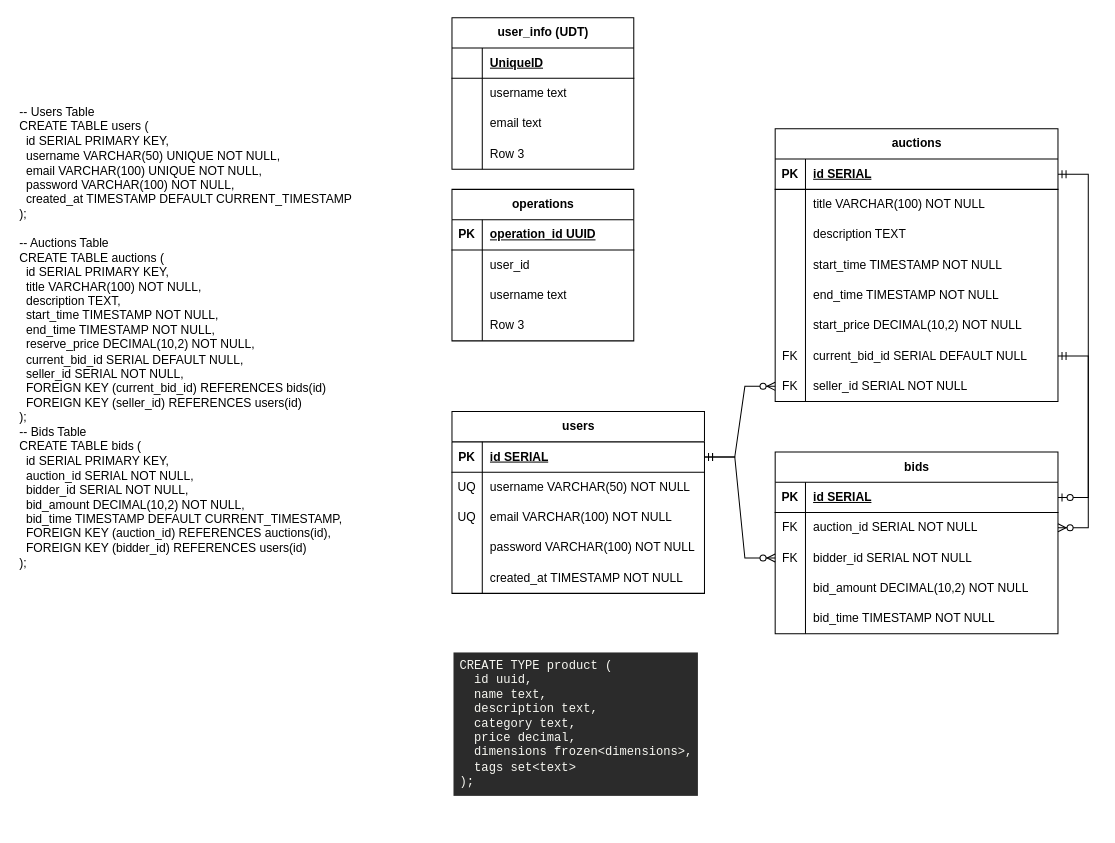
IlyaSubtilnyj/glowing-octo-fiesta keeps this draw.io diagram as Untitled Diagram.drawio. Above is the earlier version. Source tidied: cells renumbered, new cells numbered last; positions are measured from the earlier drawing's top-left corner, leaving out a move shared by most shapes. Both pictures are drawn from the tidied source at 101%, with x=0, y=0 at pixel (17, 17).
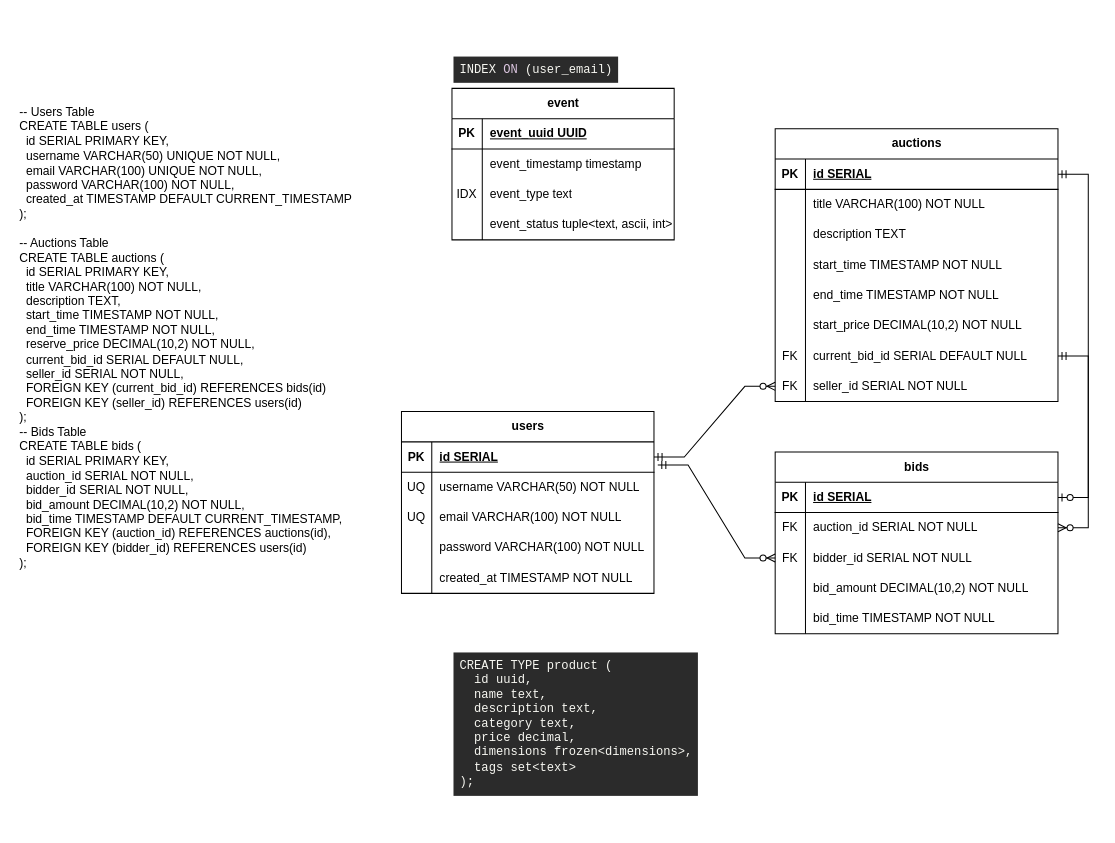
After the change.

The change refers to these unchanged cells:
```xml
<mxCell id="4" style="shape=tableRow;horizontal=0;startSize=0;swimlaneHead=0;swimlaneBody=0;fillColor=none;points=[[0,0.5],[1,0.5]];portConstraint=eastwest;top=0;left=0;right=0;bottom=1;" parent="3" vertex="1">
  <mxGeometry y="30" width="250" height="30" as="geometry" />
</mxCell>
<mxCell id="38" style="shape=tableRow;horizontal=0;startSize=0;swimlaneHead=0;swimlaneBody=0;fillColor=none;points=[[0,0.5],[1,0.5]];portConstraint=eastwest;top=0;left=0;right=0;bottom=0;" parent="19" vertex="1">
  <mxGeometry y="210" width="280" height="30" as="geometry" />
</mxCell>
<mxCell id="45" style="shape=tableRow;horizontal=0;startSize=0;swimlaneHead=0;swimlaneBody=0;fillColor=none;points=[[0,0.5],[1,0.5]];portConstraint=eastwest;top=0;left=0;right=0;bottom=1;" parent="44" vertex="1">
  <mxGeometry y="30" width="280" height="30" as="geometry" />
</mxCell>
<mxCell id="51" style="shape=tableRow;horizontal=0;startSize=0;swimlaneHead=0;swimlaneBody=0;fillColor=none;points=[[0,0.5],[1,0.5]];portConstraint=eastwest;top=0;left=0;right=0;bottom=0;" parent="44" vertex="1">
  <mxGeometry y="90" width="280" height="30" as="geometry" />
</mxCell>
```

The edit, as a diff of the source:
```diff
@@
     <mxCell id="3" value="users" style="shape=table;startSize=30;childLayout=tableLayout;rowLines=0;fontStyle=1;align=center;html=1;" parent="1" vertex="1">
-      <mxGeometry x="430" y="390" width="250" height="180" as="geometry" />
+      <mxGeometry x="380" y="390" width="250" height="180" as="geometry" />
     </mxCell>
@@
-    <mxCell id="61" style="edgeStyle=entityRelationEdgeStyle;fontSize=12;html=1;endArrow=ERzeroToMany;startArrow=ERmandOne;rounded=0;entryX=0;entryY=0.5;entryDx=0;entryDy=0;" parent="1" edge="1" target="51">
+    <mxCell id="61" style="edgeStyle=entityRelationEdgeStyle;fontSize=12;html=1;endArrow=ERzeroToMany;startArrow=ERmandOne;rounded=0;entryX=0;entryY=0.5;entryDx=0;entryDy=0;exitX=1.015;exitY=0.762;exitDx=0;exitDy=0;exitPerimeter=0;" parent="1" edge="1" source="4" target="51">
       <mxGeometry relative="1" as="geometry">
-        <mxPoint x="680" y="435" as="sourcePoint" />
         <Array as="points">
           <mxPoint x="700" y="440" />
         </Array>
       </mxGeometry>
     </mxCell>
@@
+    <mxCell id="76" style="edgeStyle=entityRelationEdgeStyle;fontSize=12;html=1;endArrow=ERzeroToOne;startArrow=ERmandOne;rounded=0;exitX=1;exitY=0.5;exitDx=0;exitDy=0;entryX=1;entryY=0.5;entryDx=0;entryDy=0;" parent="1" edge="1" source="38" target="45">
+      <mxGeometry relative="1" as="geometry" />
+    </mxCell>
+    <mxCell id="90" value="&lt;pre class=&quot;MarkdownCodeBlock_preTag__QMZEO&quot; style=&quot;display: block; overflow-x: auto; background: rgb(43, 43, 43); color: rgb(248, 248, 242); padding: 0.5em;&quot;&gt;&lt;code class=&quot;MarkdownCodeBlock_codeTag__5BV0Z&quot; style=&quot;white-space: pre;&quot;&gt;&lt;span&gt;CREATE TYPE product (&#10;&lt;/span&gt;  id uuid,&#10;  name text,&#10;  description text,&#10;  category text,&#10;  price decimal,&#10;  dimensions frozen&amp;lt;dimensions&amp;gt;,&#10;  tags set&amp;lt;text&amp;gt;&#10;);&lt;/code&gt;&lt;/pre&gt;" style="text;whiteSpace=wrap;html=1;" parent="1" vertex="1">
+      <mxGeometry x="430" y="610" width="280" height="190" as="geometry" />
+    </mxCell>
-    <mxCell id="63" value="operations" style="shape=table;startSize=30;childLayout=tableLayout;rowLines=0;fontStyle=1;align=center;html=1;" parent="1" vertex="1">
-      <mxGeometry x="430" y="170" width="180" height="150" as="geometry" />
+    <mxCell id="63" value="event" style="shape=table;startSize=30;childLayout=tableLayout;rowLines=0;fontStyle=1;align=center;html=1;" parent="1" vertex="1">
+      <mxGeometry x="430" y="70" width="220" height="150" as="geometry" />
     </mxCell>
     <mxCell id="64" style="shape=tableRow;horizontal=0;startSize=0;swimlaneHead=0;swimlaneBody=0;fillColor=none;top=0;left=0;right=0;bottom=1;" parent="63" vertex="1">
-      <mxGeometry y="30" width="180" height="30" as="geometry" />
+      <mxGeometry y="30" width="220" height="30" as="geometry" />
     </mxCell>
@@
-    <mxCell id="66" value="operation_id UUID" style="shape=partialRectangle;fillColor=none;top=0;left=0;bottom=0;right=0;align=left;spacingLeft=6;fontStyle=5;overflow=hidden;whiteSpace=wrap;html=1;" parent="64" vertex="1">
-      <mxGeometry x="30" width="150" height="30" as="geometry" />
+    <mxCell id="66" value="event_uuid UUID" style="shape=partialRectangle;fillColor=none;top=0;left=0;bottom=0;right=0;align=left;spacingLeft=6;fontStyle=5;overflow=hidden;whiteSpace=wrap;html=1;" parent="64" vertex="1">
+      <mxGeometry x="30" width="190" height="30" as="geometry" />
     </mxCell>
     <mxCell id="67" style="shape=tableRow;horizontal=0;startSize=0;swimlaneHead=0;swimlaneBody=0;fillColor=none;top=0;left=0;right=0;bottom=0;" parent="63" vertex="1">
-      <mxGeometry y="60" width="180" height="30" as="geometry" />
+      <mxGeometry y="60" width="220" height="30" as="geometry" />
     </mxCell>
@@
-    <mxCell id="69" value="user_id" style="shape=partialRectangle;fillColor=none;top=0;left=0;bottom=0;right=0;align=left;spacingLeft=6;overflow=hidden;whiteSpace=wrap;html=1;" parent="67" vertex="1">
-      <mxGeometry x="30" width="150" height="30" as="geometry" />
+    <mxCell id="69" value="event_timestamp timestamp" style="shape=partialRectangle;fillColor=none;top=0;left=0;bottom=0;right=0;align=left;spacingLeft=6;overflow=hidden;whiteSpace=wrap;html=1;" parent="67" vertex="1">
+      <mxGeometry x="30" width="190" height="30" as="geometry" />
     </mxCell>
     <mxCell id="70" style="shape=tableRow;horizontal=0;startSize=0;swimlaneHead=0;swimlaneBody=0;fillColor=none;top=0;left=0;right=0;bottom=0;" parent="63" vertex="1">
-      <mxGeometry y="90" width="180" height="30" as="geometry" />
+      <mxGeometry y="90" width="220" height="30" as="geometry" />
     </mxCell>
-    <mxCell id="71" style="shape=partialRectangle;fillColor=none;top=0;left=0;bottom=0;right=0;overflow=hidden;whiteSpace=wrap;html=1;" parent="70" vertex="1">
+    <mxCell id="71" value="IDX" style="shape=partialRectangle;fillColor=none;top=0;left=0;bottom=0;right=0;overflow=hidden;whiteSpace=wrap;html=1;" parent="70" vertex="1">
       <mxGeometry width="30" height="30" as="geometry" />
     </mxCell>
-    <mxCell id="72" value="username text" style="shape=partialRectangle;fillColor=none;top=0;left=0;bottom=0;right=0;align=left;spacingLeft=6;overflow=hidden;whiteSpace=wrap;html=1;" parent="70" vertex="1">
-      <mxGeometry x="30" width="150" height="30" as="geometry" />
+    <mxCell id="72" value="event_type text" style="shape=partialRectangle;fillColor=none;top=0;left=0;bottom=0;right=0;align=left;spacingLeft=6;overflow=hidden;whiteSpace=wrap;html=1;" parent="70" vertex="1">
+      <mxGeometry x="30" width="190" height="30" as="geometry" />
     </mxCell>
-    <mxCell id="73" style="shape=tableRow;horizontal=0;startSize=0;swimlaneHead=0;swimlaneBody=0;fillColor=none;top=0;left=0;right=0;bottom=0;" parent="63" vertex="1">
-      <mxGeometry y="120" width="180" height="30" as="geometry" />
-    </mxCell>
-    <mxCell id="74" style="shape=partialRectangle;fillColor=none;top=0;left=0;bottom=0;right=0;overflow=hidden;whiteSpace=wrap;html=1;" parent="73" vertex="1">
-      <mxGeometry width="30" height="30" as="geometry" />
-    </mxCell>
-    <mxCell id="75" value="Row 3" style="shape=partialRectangle;fillColor=none;top=0;left=0;bottom=0;right=0;align=left;spacingLeft=6;overflow=hidden;whiteSpace=wrap;html=1;" parent="73" vertex="1">
-      <mxGeometry x="30" width="150" height="30" as="geometry" />
-    </mxCell>
-    <mxCell id="76" style="edgeStyle=entityRelationEdgeStyle;fontSize=12;html=1;endArrow=ERzeroToOne;startArrow=ERmandOne;rounded=0;exitX=1;exitY=0.5;exitDx=0;exitDy=0;entryX=1;entryY=0.5;entryDx=0;entryDy=0;" parent="1" edge="1" source="38" target="45">
-      <mxGeometry relative="1" as="geometry" />
-    </mxCell>
-    <mxCell id="77" value="user_info (UDT)" style="shape=table;startSize=30;childLayout=tableLayout;rowLines=0;fontStyle=1;align=center;html=1;" parent="1" vertex="1">
-      <mxGeometry x="430" width="180" height="150" as="geometry" />
-    </mxCell>
-    <mxCell id="78" style="shape=tableRow;horizontal=0;startSize=0;swimlaneHead=0;swimlaneBody=0;fillColor=none;top=0;left=0;right=0;bottom=1;" parent="77" vertex="1">
-      <mxGeometry y="30" width="180" height="30" as="geometry" />
-    </mxCell>
-    <mxCell id="79" style="shape=partialRectangle;fillColor=none;top=0;left=0;bottom=0;right=0;fontStyle=1;overflow=hidden;whiteSpace=wrap;html=1;" parent="78" vertex="1">
-      <mxGeometry width="30" height="30" as="geometry" />
-    </mxCell>
-    <mxCell id="80" value="UniqueID" style="shape=partialRectangle;fillColor=none;top=0;left=0;bottom=0;right=0;align=left;spacingLeft=6;fontStyle=5;overflow=hidden;whiteSpace=wrap;html=1;" parent="78" vertex="1">
-      <mxGeometry x="30" width="150" height="30" as="geometry" />
-    </mxCell>
-    <mxCell id="81" style="shape=tableRow;horizontal=0;startSize=0;swimlaneHead=0;swimlaneBody=0;fillColor=none;top=0;left=0;right=0;bottom=0;" parent="77" vertex="1">
-      <mxGeometry y="60" width="180" height="30" as="geometry" />
-    </mxCell>
-    <mxCell id="82" style="shape=partialRectangle;fillColor=none;top=0;left=0;bottom=0;right=0;overflow=hidden;whiteSpace=wrap;html=1;" parent="81" vertex="1">
-      <mxGeometry width="30" height="30" as="geometry" />
-    </mxCell>
-    <mxCell id="83" value="username text" style="shape=partialRectangle;fillColor=none;top=0;left=0;bottom=0;right=0;align=left;spacingLeft=6;overflow=hidden;whiteSpace=wrap;html=1;" parent="81" vertex="1">
-      <mxGeometry x="30" width="150" height="30" as="geometry" />
-    </mxCell>
-    <mxCell id="84" style="shape=tableRow;horizontal=0;startSize=0;swimlaneHead=0;swimlaneBody=0;fillColor=none;top=0;left=0;right=0;bottom=0;" parent="77" vertex="1">
-      <mxGeometry y="90" width="180" height="30" as="geometry" />
-    </mxCell>
-    <mxCell id="85" style="shape=partialRectangle;fillColor=none;top=0;left=0;bottom=0;right=0;overflow=hidden;whiteSpace=wrap;html=1;" parent="84" vertex="1">
-      <mxGeometry width="30" height="30" as="geometry" />
-    </mxCell>
-    <mxCell id="86" value="email text" style="shape=partialRectangle;fillColor=none;top=0;left=0;bottom=0;right=0;align=left;spacingLeft=6;overflow=hidden;whiteSpace=wrap;html=1;" parent="84" vertex="1">
-      <mxGeometry x="30" width="150" height="30" as="geometry" />
-    </mxCell>
-    <mxCell id="87" style="shape=tableRow;horizontal=0;startSize=0;swimlaneHead=0;swimlaneBody=0;fillColor=none;top=0;left=0;right=0;bottom=0;" parent="77" vertex="1">
-      <mxGeometry y="120" width="180" height="30" as="geometry" />
-    </mxCell>
-    <mxCell id="88" style="shape=partialRectangle;fillColor=none;top=0;left=0;bottom=0;right=0;overflow=hidden;whiteSpace=wrap;html=1;" parent="87" vertex="1">
-      <mxGeometry width="30" height="30" as="geometry" />
-    </mxCell>
-    <mxCell id="89" value="Row 3" style="shape=partialRectangle;fillColor=none;top=0;left=0;bottom=0;right=0;align=left;spacingLeft=6;overflow=hidden;whiteSpace=wrap;html=1;" parent="87" vertex="1">
-      <mxGeometry x="30" width="150" height="30" as="geometry" />
-    </mxCell>
-    <mxCell id="90" value="&lt;pre class=&quot;MarkdownCodeBlock_preTag__QMZEO&quot; style=&quot;display: block; overflow-x: auto; background: rgb(43, 43, 43); color: rgb(248, 248, 242); padding: 0.5em;&quot;&gt;&lt;code class=&quot;MarkdownCodeBlock_codeTag__5BV0Z&quot; style=&quot;white-space: pre;&quot;&gt;&lt;span&gt;CREATE TYPE product (&#10;&lt;/span&gt;  id uuid,&#10;  name text,&#10;  description text,&#10;  category text,&#10;  price decimal,&#10;  dimensions frozen&amp;lt;dimensions&amp;gt;,&#10;  tags set&amp;lt;text&amp;gt;&#10;);&lt;/code&gt;&lt;/pre&gt;" style="text;whiteSpace=wrap;html=1;" parent="1" vertex="1">
-      <mxGeometry x="430" y="610" width="280" height="190" as="geometry" />
-    </mxCell>
+    <mxCell id="91" style="shape=tableRow;horizontal=0;startSize=0;swimlaneHead=0;swimlaneBody=0;fillColor=none;top=0;left=0;right=0;bottom=0;" parent="63" vertex="1">
+      <mxGeometry y="120" width="220" height="30" as="geometry" />
+    </mxCell>
+    <mxCell id="92" style="shape=partialRectangle;fillColor=none;top=0;left=0;bottom=0;right=0;overflow=hidden;whiteSpace=wrap;html=1;" parent="91" vertex="1">
+      <mxGeometry width="30" height="30" as="geometry" />
+    </mxCell>
+    <mxCell id="93" value="event_status tuple&amp;lt;text, ascii, int&amp;gt;" style="shape=partialRectangle;fillColor=none;top=0;left=0;bottom=0;right=0;align=left;spacingLeft=6;overflow=hidden;whiteSpace=wrap;html=1;" parent="91" vertex="1">
+      <mxGeometry x="30" width="190" height="30" as="geometry" />
+    </mxCell>
+    <mxCell id="94" value="&lt;pre class=&quot;MarkdownCodeBlock_preTag__QMZEO&quot; style=&quot;display: block; overflow-x: auto; background: rgb(43, 43, 43); color: rgb(248, 248, 242); padding: 0.5em;&quot;&gt;&lt;code class=&quot;MarkdownCodeBlock_codeTag__5BV0Z&quot; style=&quot;white-space: pre;&quot;&gt;&lt;span&gt;INDEX &lt;/span&gt;&lt;span style=&quot;color: rgb(220, 198, 224);&quot;&gt;ON&lt;/span&gt;&lt;span&gt; (user_email)&lt;/span&gt;&lt;/code&gt;&lt;/pre&gt;" style="text;whiteSpace=wrap;html=1;" parent="1" vertex="1">
+      <mxGeometry x="430" y="20" width="200" height="70" as="geometry" />
+    </mxCell>
```
